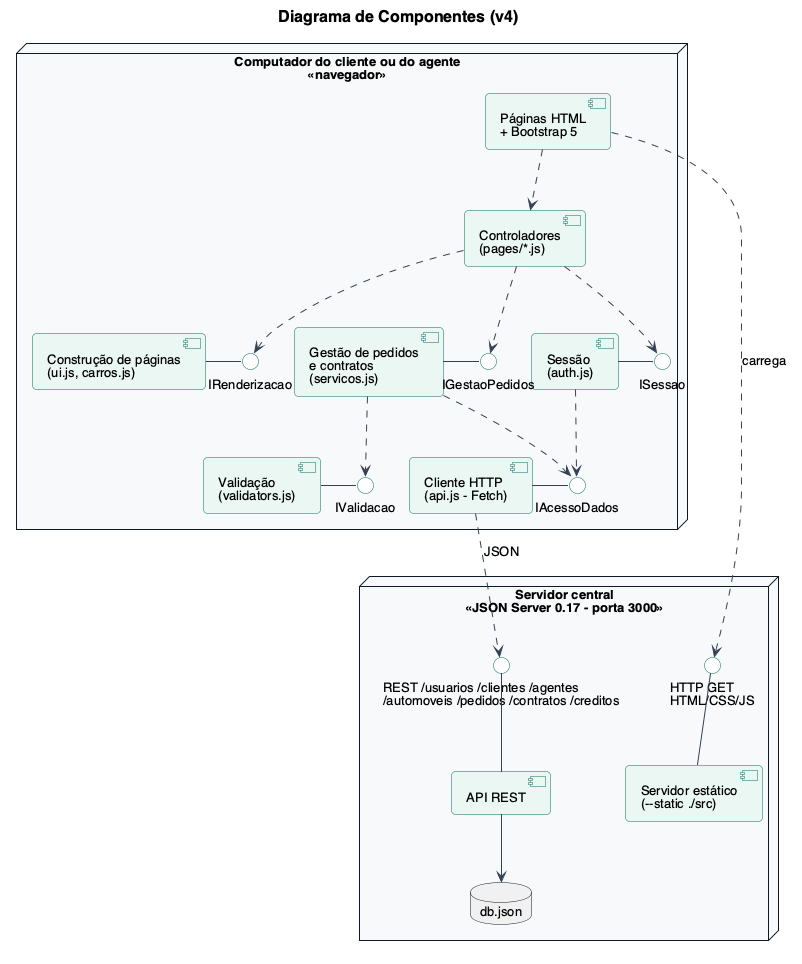
Above: docs/v4/componentes.png in GiviMelo/lab02_diw (PlantUML), before the change. Its diagram source:
```plantuml
@startuml componentes
!include estilo.iuml
title Diagrama de Componentes (v4)
skinparam componentStyle uml2

node "Computador do cliente ou do agente\n<<navegador>>" as Navegador {
  component "Páginas HTML\n+ Bootstrap 5" as UI
  component "Controladores\n(pages/*.js)" as Pages
  component "Construção de páginas\n(ui.js, carros.js)" as Construcao
  component "Gestão de pedidos\ne contratos\n(servicos.js)" as Servicos
  component "Validação\n(validators.js)" as Validacao
  component "Sessão\n(auth.js)" as Auth
  component "Cliente HTTP\n(api.js - Fetch)" as Api

  interface "IRenderizacao" as IRender
  interface "IGestaoPedidos" as IGestao
  interface "IValidacao" as IValid
  interface "ISessao" as ISessao
  interface "IAcessoDados" as IDados

  Construcao - IRender
  Servicos - IGestao
  Validacao - IValid
  Auth - ISessao
  Api - IDados

  UI ..> Pages
  Pages ..> IRender
  Pages ..> IGestao
  Pages ..> ISessao
  Servicos ..> IValid
  Servicos ..> IDados
  Auth ..> IDados
}

node "Servidor central\n<<JSON Server 0.17 - porta 3000>>" as Servidor {
  component "Servidor estático\n(--static ./src)" as Estatico
  component "API REST" as Rest
  interface "HTTP GET\nHTML/CSS/JS" as IStatic
  interface "REST /usuarios /clientes /agentes\n/automoveis /pedidos /contratos /creditos" as IRest
  database "db.json" as DB

  IStatic -down- Estatico
  IRest -down- Rest
  Rest -down-> DB
}

UI ..> IStatic : carrega
Api ..> IRest : JSON
@enduml
```
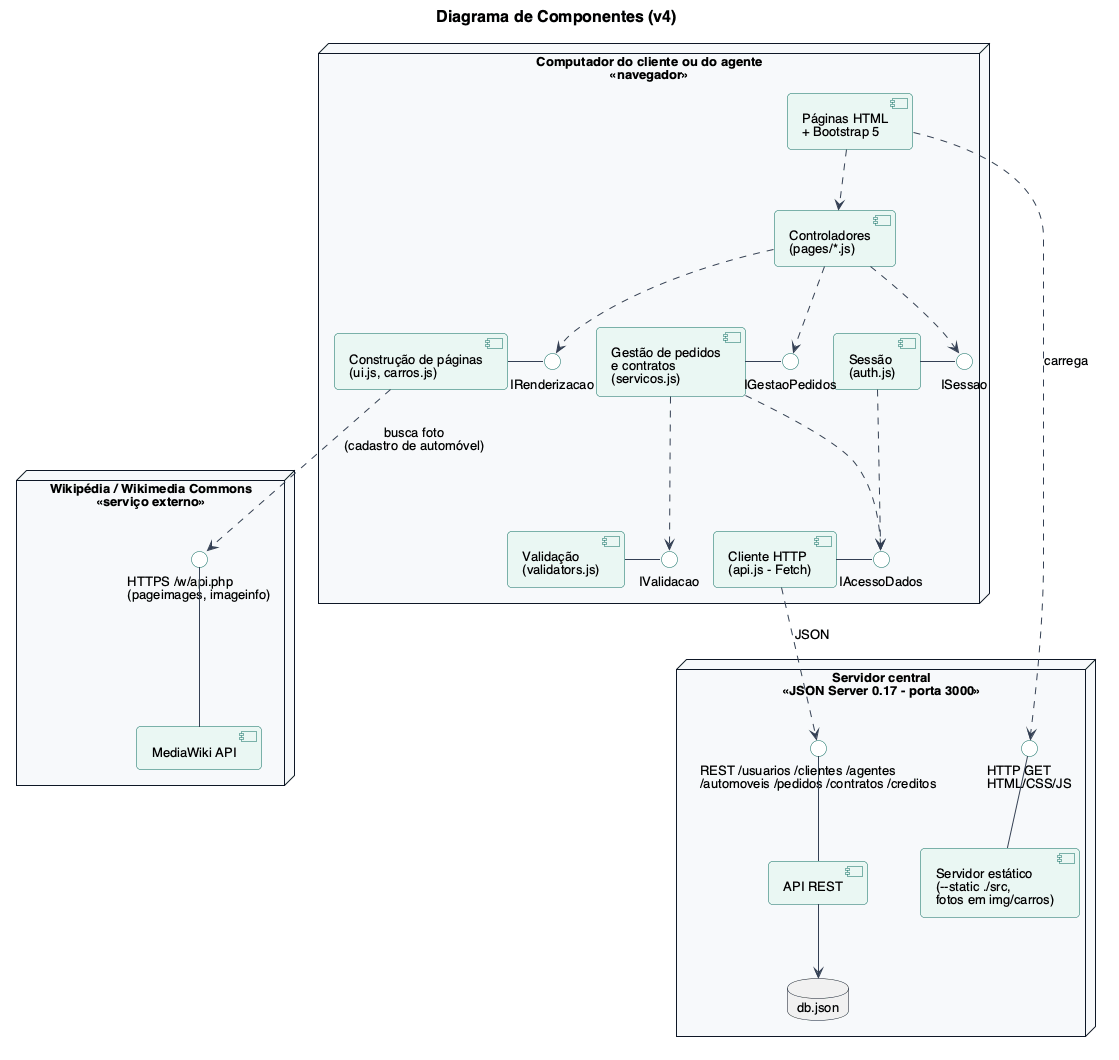
After the change.

Diff of the diagram source:
```diff
@@ -34,7 +34,7 @@
 }
 
 node "Servidor central\n<<JSON Server 0.17 - porta 3000>>" as Servidor {
-  component "Servidor estático\n(--static ./src)" as Estatico
+  component "Servidor estático\n(--static ./src,\nfotos em img/carros)" as Estatico
   component "API REST" as Rest
   interface "HTTP GET\nHTML/CSS/JS" as IStatic
   interface "REST /usuarios /clientes /agentes\n/automoveis /pedidos /contratos /creditos" as IRest
@@ -45,6 +45,13 @@
   Rest -down-> DB
 }
 
+node "Wikipédia / Wikimedia Commons\n<<serviço externo>>" as Wiki {
+  component "MediaWiki API" as MediaWiki
+  interface "HTTPS /w/api.php\n(pageimages, imageinfo)" as IWiki
+  IWiki -down- MediaWiki
+}
+
 UI ..> IStatic : carrega
 Api ..> IRest : JSON
+Construcao ..> IWiki : busca foto\n(cadastro de automóvel)
 @enduml
```
